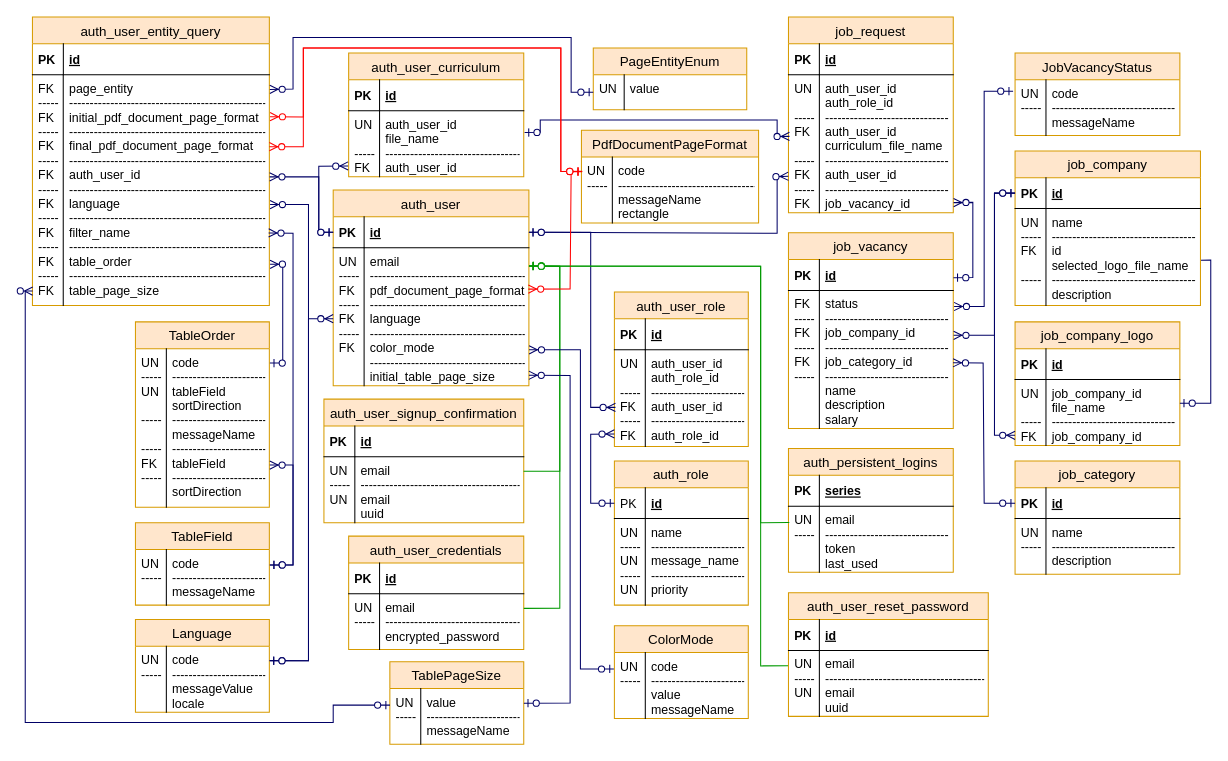
Earlier version of the draw.io diagram documentation/Entity-Relationship-Diagram.drawio (Aliuken/JobVacanciesApp_Java11). Source tidied: cells renumbered, new cells numbered last; positions are measured from the earlier drawing's top-left corner, leaving out a move shared by most shapes. Both pictures are drawn from the tidied source at 103%, with x=0, y=0 at pixel (25, 16).
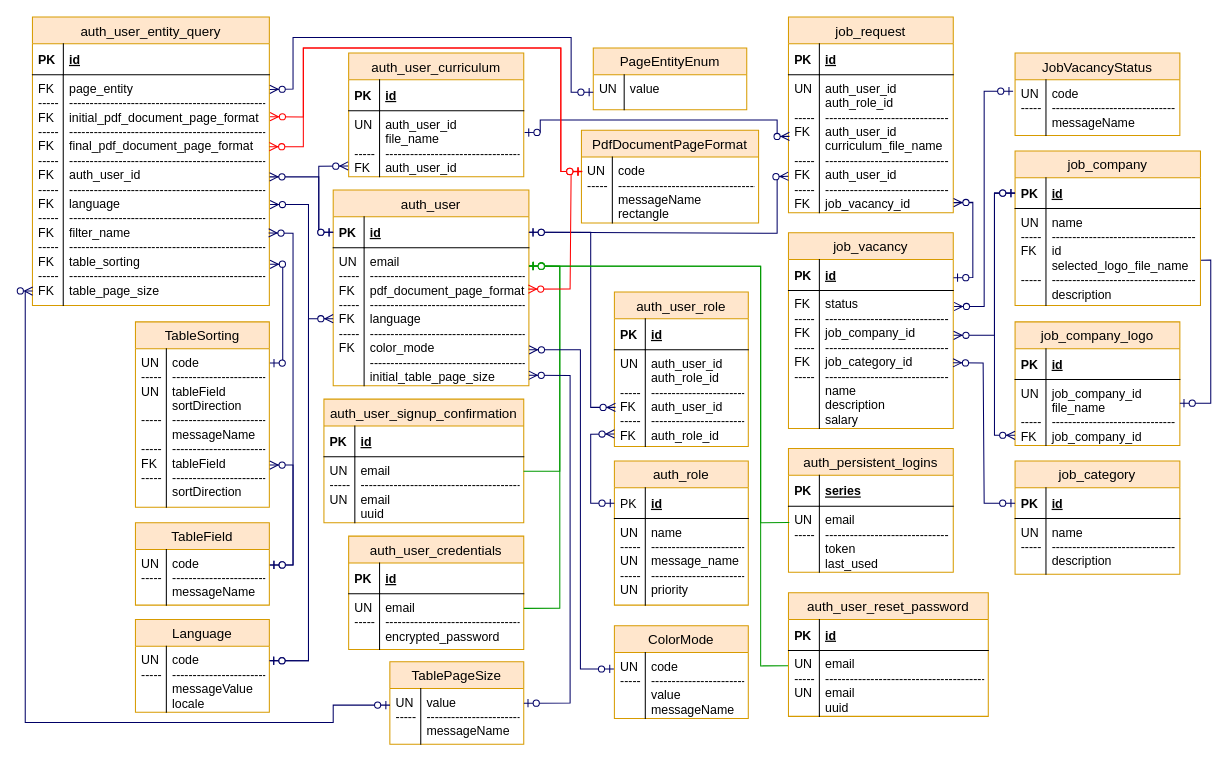
Above is the later version.

Unchanged cells that the change refers to:
```xml
<mxCell id="92" value="auth_user_entity_query" style="swimlane;fontStyle=0;horizontal=1;startSize=26;fillColor=#ffe6cc;swimlaneFillColor=#ffffff;align=center;strokeWidth=1;fontSize=13;strokeColor=#d79b00;" parent="1" vertex="1">
  <mxGeometry x="7" width="230" height="280" as="geometry" />
</mxCell>
```

The edit, as a diff of the source:
```diff
@@
-    <mxCell id="95" value="page_entity&#10;------------------------------------------------&#10;initial_pdf_document_page_format&#10;------------------------------------------------&#10;final_pdf_document_page_format&#10;------------------------------------------------&#10;auth_user_id&#10;------------------------------------------------&#10;language&#10;------------------------------------------------&#10;filter_name&#10;------------------------------------------------&#10;table_order&#10;------------------------------------------------&#10;table_page_size" style="shape=partialRectangle;top=0;left=0;right=0;bottom=0;align=left;verticalAlign=top;fillColor=none;spacingLeft=34;spacingRight=4;overflow=hidden;points=[[0,0.5],[1,0.5]];portConstraint=eastwest;fontStyle=0;" parent="92" vertex="1">
+    <mxCell id="95" value="page_entity&#10;------------------------------------------------&#10;initial_pdf_document_page_format&#10;------------------------------------------------&#10;final_pdf_document_page_format&#10;------------------------------------------------&#10;auth_user_id&#10;------------------------------------------------&#10;language&#10;------------------------------------------------&#10;filter_name&#10;------------------------------------------------&#10;table_sorting&#10;------------------------------------------------&#10;table_page_size" style="shape=partialRectangle;top=0;left=0;right=0;bottom=0;align=left;verticalAlign=top;fillColor=none;spacingLeft=34;spacingRight=4;overflow=hidden;points=[[0,0.5],[1,0.5]];portConstraint=eastwest;fontStyle=0;" parent="92" vertex="1">
       <mxGeometry y="56" width="230" height="224" as="geometry" />
     </mxCell>
@@
-    <mxCell id="100" value="TableOrder" style="swimlane;fontStyle=0;horizontal=1;startSize=26;fillColor=#FFE6CC;swimlaneFillColor=#ffffff;align=center;strokeWidth=1;fontSize=13;strokeColor=#d79b00;" parent="1" vertex="1">
+    <mxCell id="100" value="TableSorting" style="swimlane;fontStyle=0;horizontal=1;startSize=26;fillColor=#FFE6CC;swimlaneFillColor=#ffffff;align=center;strokeWidth=1;fontSize=13;strokeColor=#d79b00;" parent="1" vertex="1">
       <mxGeometry x="107" y="296" width="130" height="180" as="geometry" />
     </mxCell>
```
